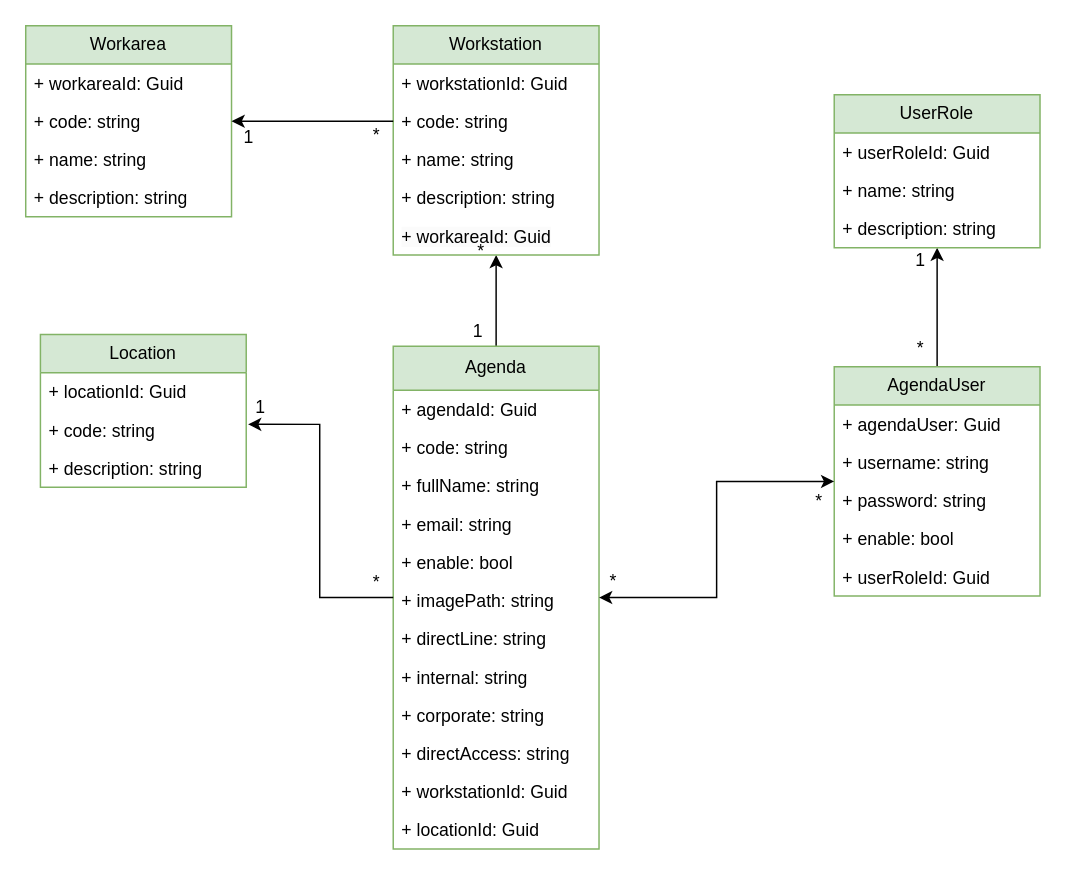
Before: src/MiasoftNanus.PhoneBook.Domain/PhoneBookModel.drawio in mabalderramav/MiasoftNanusPhoneBook, a draw.io diagram. Source tidied: cells renumbered, new cells numbered last; positions are measured from the earlier drawing's top-left corner, leaving out a move shared by most shapes. Both pictures are drawn from the tidied source at 147%, with x=0, y=0 at pixel (25, 25).
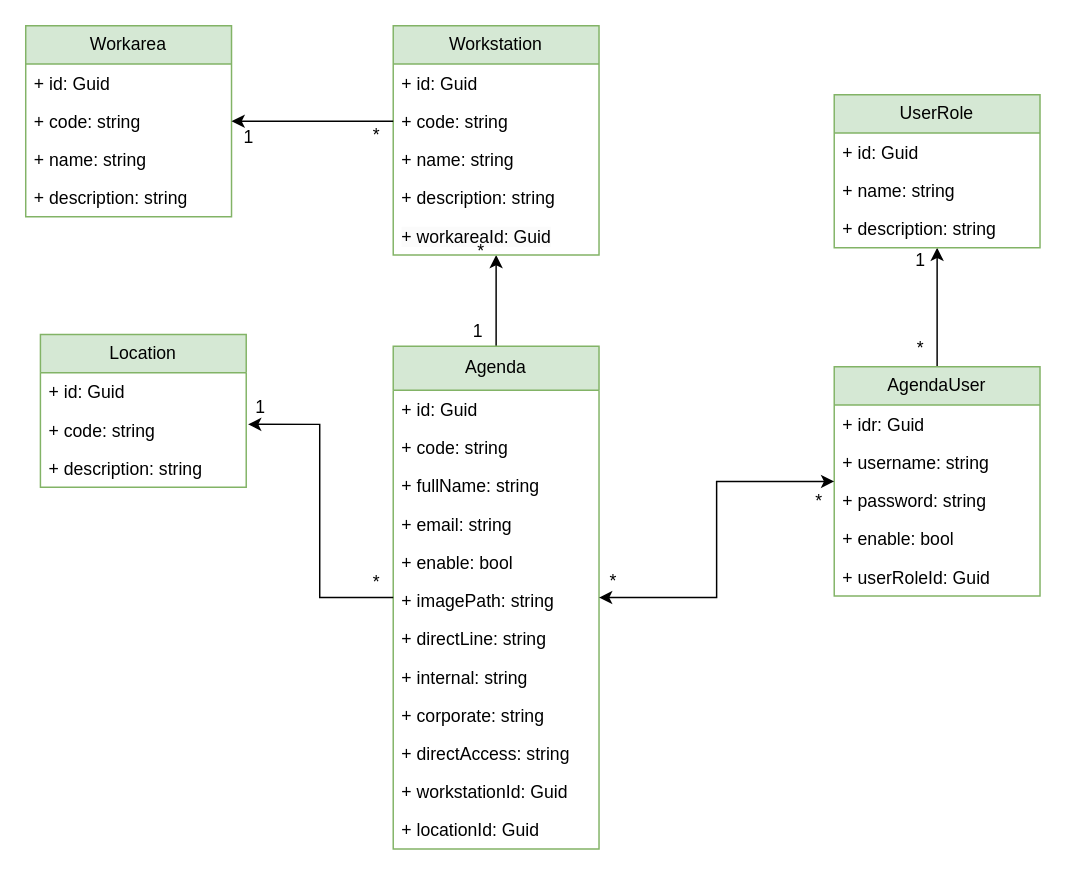
The same page after the edit.

Unchanged cells that the change refers to:
```xml
<mxCell id="3" value="Agenda" style="swimlane;fontStyle=0;horizontal=1;startSize=30;fillColor=#d5e8d4;whiteSpace=wrap;html=1;strokeColor=#82b366;" parent="1" vertex="1">
  <mxGeometry x="250" y="218" width="140" height="342" as="geometry" />
</mxCell>
<mxCell id="16" value="Workarea" style="swimlane;fontStyle=0;horizontal=1;startSize=26;fillColor=#d5e8d4;whiteSpace=wrap;html=1;strokeColor=#82b366;" parent="1" vertex="1">
  <mxGeometry width="140" height="130" as="geometry" />
</mxCell>
<mxCell id="21" value="Workstation" style="swimlane;fontStyle=0;horizontal=1;startSize=26;whiteSpace=wrap;html=1;fillColor=#d5e8d4;strokeColor=#82b366;" parent="1" vertex="1">
  <mxGeometry x="250" width="140" height="156" as="geometry" />
</mxCell>
<mxCell id="28" value="Location" style="swimlane;fontStyle=0;horizontal=1;startSize=26;fillColor=#d5e8d4;whiteSpace=wrap;html=1;strokeColor=#82b366;" parent="1" vertex="1">
  <mxGeometry x="10" y="210" width="140" height="104" as="geometry" />
</mxCell>
<mxCell id="34" value="AgendaUser" style="swimlane;fontStyle=0;horizontal=1;startSize=26;fillColor=#d5e8d4;whiteSpace=wrap;html=1;strokeColor=#82b366;" parent="1" vertex="1">
  <mxGeometry x="550" y="232" width="140" height="156" as="geometry" />
</mxCell>
<mxCell id="40" value="UserRole" style="swimlane;fontStyle=0;horizontal=1;startSize=26;fillColor=#d5e8d4;whiteSpace=wrap;html=1;strokeColor=#82b366;" parent="1" vertex="1">
  <mxGeometry x="550" y="47" width="140" height="104" as="geometry" />
</mxCell>
```

The edit, as a diff of the source:
```diff
@@
-    <mxCell id="4" value="+ agendaId:&amp;nbsp;Guid" style="text;strokeColor=none;fillColor=none;align=left;verticalAlign=top;spacingLeft=4;spacingRight=4;overflow=hidden;whiteSpace=wrap;html=1;" parent="3" vertex="1">
+    <mxCell id="4" value="+ id:&amp;nbsp;Guid" style="text;strokeColor=none;fillColor=none;align=left;verticalAlign=top;spacingLeft=4;spacingRight=4;overflow=hidden;whiteSpace=wrap;html=1;" parent="3" vertex="1">
       <mxGeometry y="30" width="140" height="26" as="geometry" />
     </mxCell>
@@
-    <mxCell id="17" value="+ workareaId: Guid" style="text;strokeColor=none;fillColor=none;align=left;verticalAlign=top;spacingLeft=4;spacingRight=4;overflow=hidden;whiteSpace=wrap;html=1;" parent="16" vertex="1">
+    <mxCell id="17" value="+ id: Guid" style="text;strokeColor=none;fillColor=none;align=left;verticalAlign=top;spacingLeft=4;spacingRight=4;overflow=hidden;whiteSpace=wrap;html=1;" parent="16" vertex="1">
       <mxGeometry y="26" width="140" height="26" as="geometry" />
     </mxCell>
@@
-    <mxCell id="22" value="+ workstationId: Guid" style="text;strokeColor=none;fillColor=none;align=left;verticalAlign=top;spacingLeft=4;spacingRight=4;overflow=hidden;whiteSpace=wrap;html=1;" parent="21" vertex="1">
+    <mxCell id="22" value="+ id: Guid" style="text;strokeColor=none;fillColor=none;align=left;verticalAlign=top;spacingLeft=4;spacingRight=4;overflow=hidden;whiteSpace=wrap;html=1;" parent="21" vertex="1">
       <mxGeometry y="26" width="140" height="26" as="geometry" />
     </mxCell>
@@
-    <mxCell id="29" value="+ locationId: Guid" style="text;strokeColor=none;fillColor=none;align=left;verticalAlign=top;spacingLeft=4;spacingRight=4;overflow=hidden;whiteSpace=wrap;html=1;" parent="28" vertex="1">
+    <mxCell id="29" value="+ id: Guid" style="text;strokeColor=none;fillColor=none;align=left;verticalAlign=top;spacingLeft=4;spacingRight=4;overflow=hidden;whiteSpace=wrap;html=1;" parent="28" vertex="1">
       <mxGeometry y="26" width="140" height="26" as="geometry" />
     </mxCell>
@@
-    <mxCell id="35" value="+ agendaUser: Guid" style="text;strokeColor=none;fillColor=none;align=left;verticalAlign=top;spacingLeft=4;spacingRight=4;overflow=hidden;whiteSpace=wrap;html=1;" parent="34" vertex="1">
+    <mxCell id="35" value="+ idr: Guid" style="text;strokeColor=none;fillColor=none;align=left;verticalAlign=top;spacingLeft=4;spacingRight=4;overflow=hidden;whiteSpace=wrap;html=1;" parent="34" vertex="1">
       <mxGeometry y="26" width="140" height="26" as="geometry" />
     </mxCell>
@@
-    <mxCell id="41" value="+ userRoleId: Guid" style="text;strokeColor=none;fillColor=none;align=left;verticalAlign=top;spacingLeft=4;spacingRight=4;overflow=hidden;whiteSpace=wrap;html=1;" parent="40" vertex="1">
+    <mxCell id="41" value="+ id: Guid" style="text;strokeColor=none;fillColor=none;align=left;verticalAlign=top;spacingLeft=4;spacingRight=4;overflow=hidden;whiteSpace=wrap;html=1;" parent="40" vertex="1">
       <mxGeometry y="26" width="140" height="26" as="geometry" />
     </mxCell>
```
